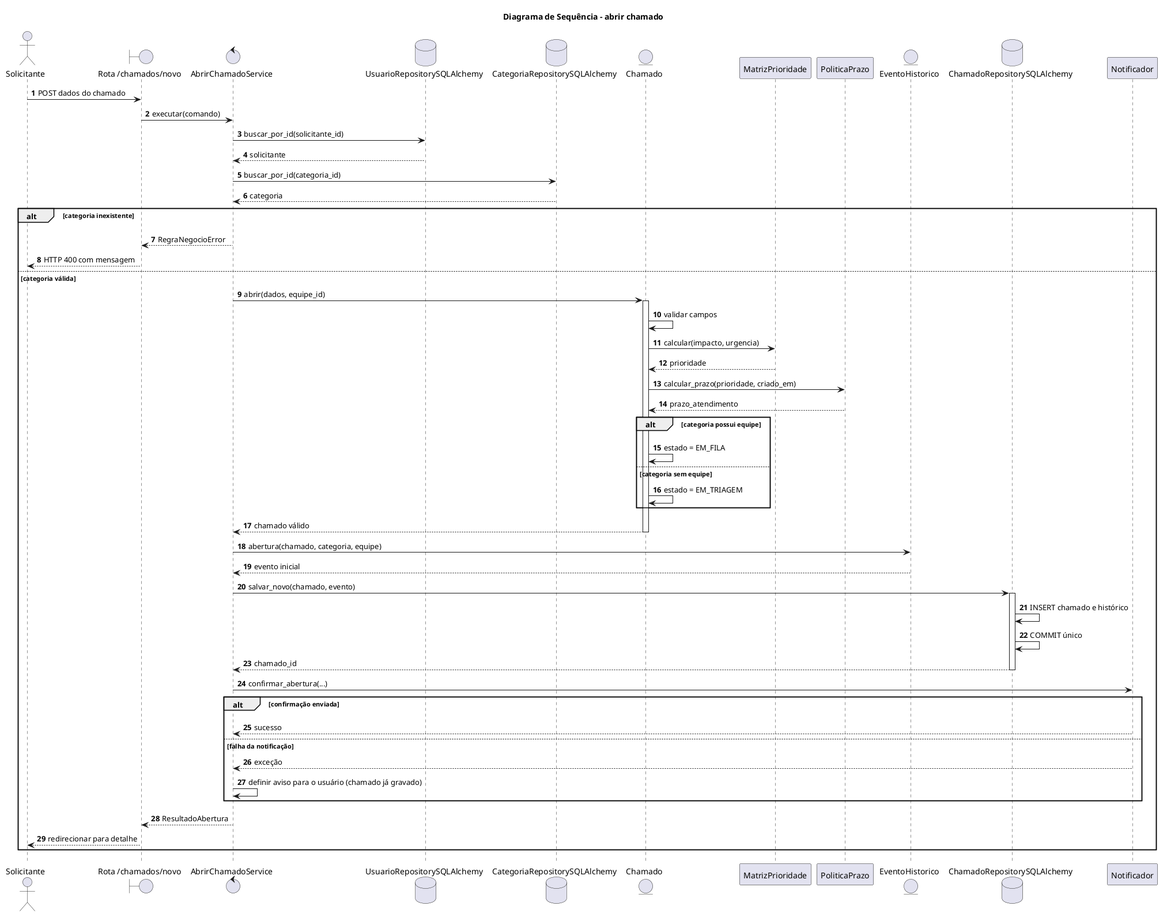
This is docs/diagramas/sequencia.png from ricardobacano/Trabalho-Design-, a PlantUML export, as it was before one commit.
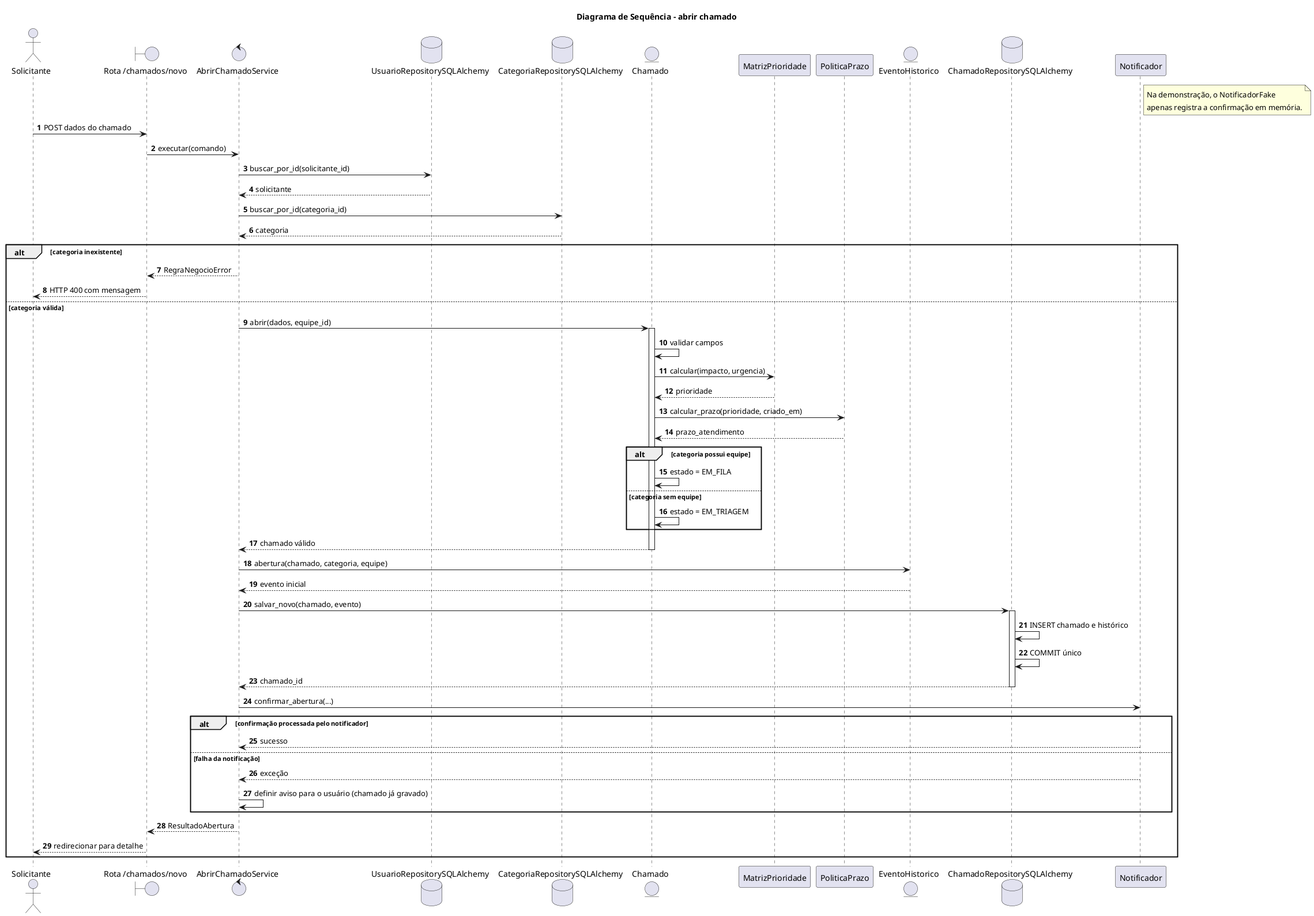
The same file after the commit.

Commit message:
docs(arquitetura): corrige trade-offs e alinhamento da defesa

What changed in the source:
```diff
@@ -13,6 +13,11 @@
 entity EventoHistorico
 database ChamadoRepositorySQLAlchemy as ChamadoRepo
 participant Notificador as Notificador
+
+note right of Notificador
+  Na demonstração, o NotificadorFake
+  apenas registra a confirmação em memória.
+end note
 
 Solicitante -> Rota: POST dados do chamado
 Rota -> Service: executar(comando)
@@ -50,7 +55,7 @@
   deactivate ChamadoRepo
 
   Service -> Notificador: confirmar_abertura(...)
-  alt confirmação enviada
+  alt confirmação processada pelo notificador
     Notificador --> Service: sucesso
   else falha da notificação
     Notificador --> Service: exceção
```
